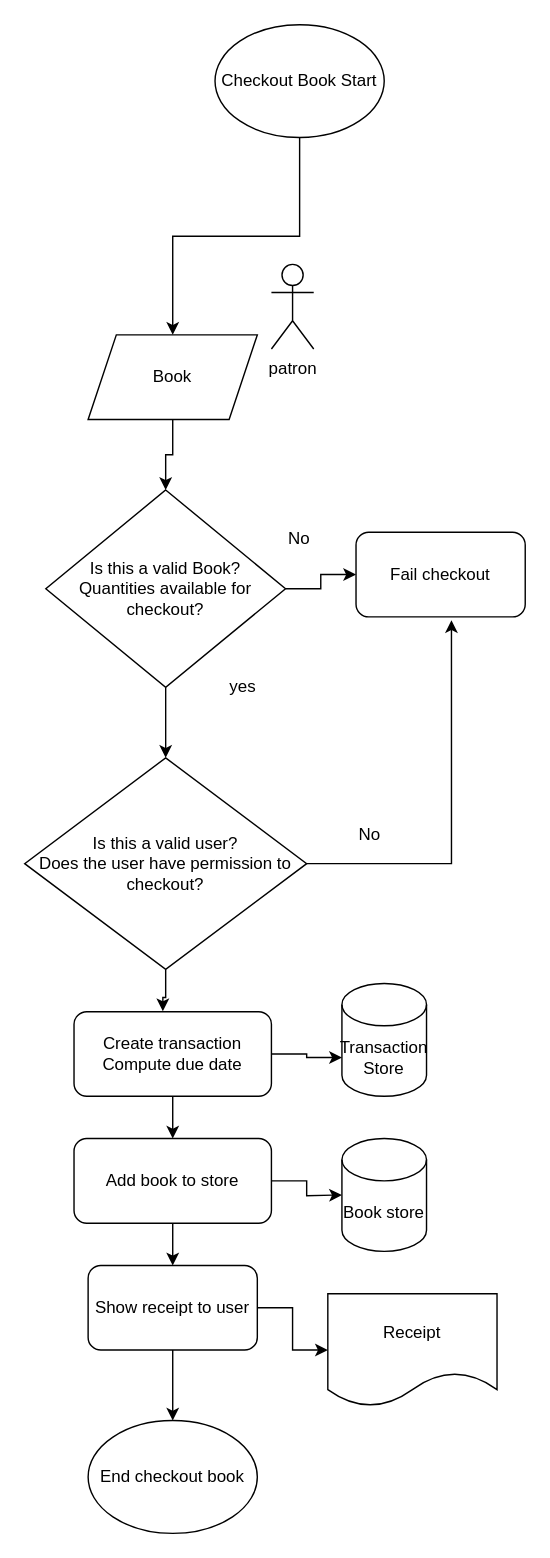
The draw.io diagram page "Checkout Book" (2 of 10) of library_flowchart.drawio in achyuthparth/cs132Library, before the edit. Source tidied: cells renumbered, new cells numbered last; positions are measured from the earlier drawing's top-left corner, leaving out a move shared by most shapes. Both pictures are drawn from the tidied source at 141%, with x=0, y=0 at pixel (24, 24).
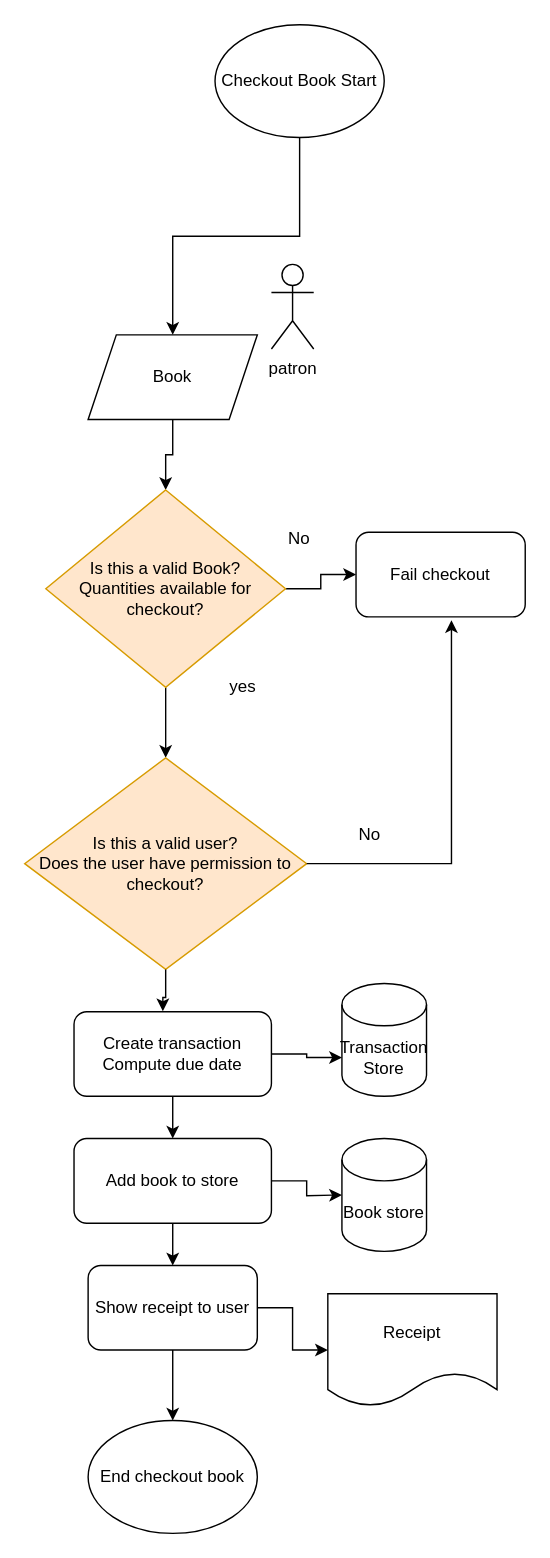
The same page after the edit.

Change to the diagram source:
```diff
@@
-    <mxCell id="6" value="Is this a valid Book?&lt;div&gt;Quantities available for checkout?&lt;/div&gt;" style="rhombus;whiteSpace=wrap;html=1;" parent="1" vertex="1">
+    <mxCell id="6" value="Is this a valid Book?&lt;div&gt;Quantities available for checkout?&lt;/div&gt;" style="rhombus;whiteSpace=wrap;html=1;fillColor=#ffe6cc;strokeColor=#d79b00;" parent="1" vertex="1">
       <mxGeometry x="15" y="330" width="170" height="140" as="geometry" />
     </mxCell>
@@
-    <mxCell id="12" value="Is this a valid user?&lt;div&gt;Does the user have permission to checkout?&lt;/div&gt;" style="rhombus;whiteSpace=wrap;html=1;" parent="1" vertex="1">
+    <mxCell id="12" value="Is this a valid user?&lt;div&gt;Does the user have permission to checkout?&lt;/div&gt;" style="rhombus;whiteSpace=wrap;html=1;fillColor=#ffe6cc;strokeColor=#d79b00;" parent="1" vertex="1">
       <mxGeometry y="520" width="200" height="150" as="geometry" />
     </mxCell>
```
